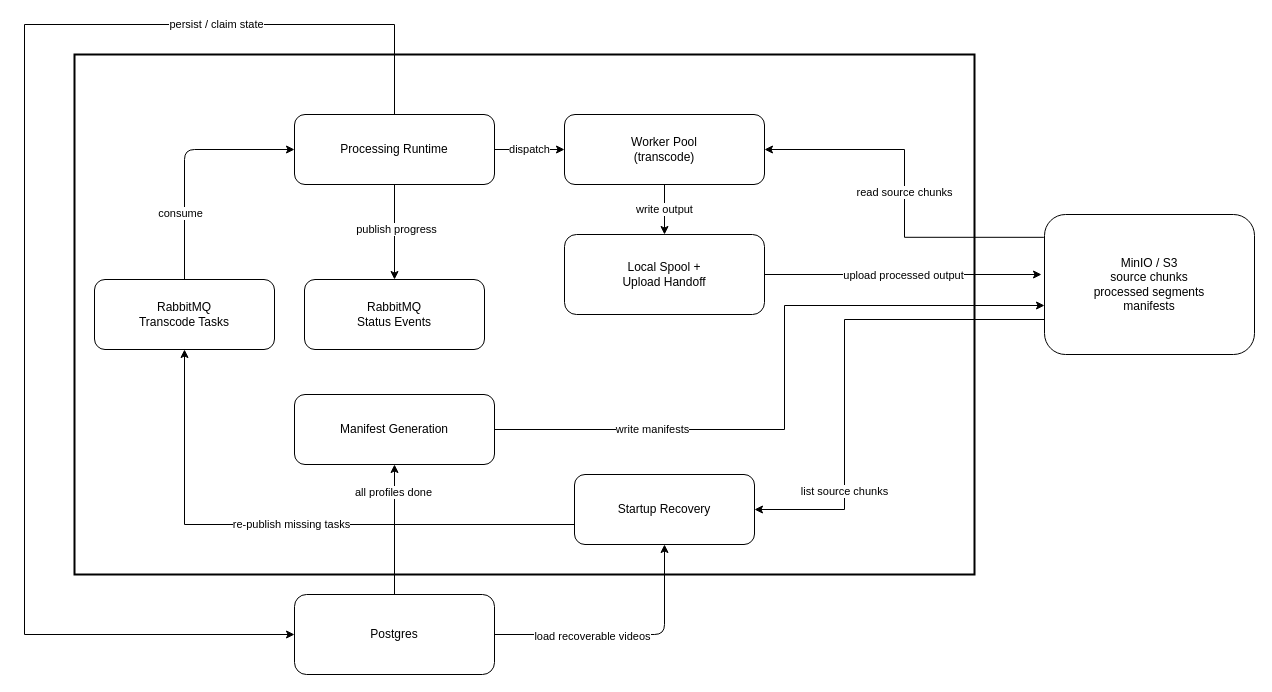
Above: docs/processing-service.drawio in S26-Distributed-Capstone/Video-Streaming (draw.io), before the change. Source tidied: cells renumbered, new cells numbered last; positions are measured from the earlier drawing's top-left corner, leaving out a move shared by most shapes. Both pictures are drawn from the tidied source at 100%, with x=0, y=0 at pixel (24, 24).
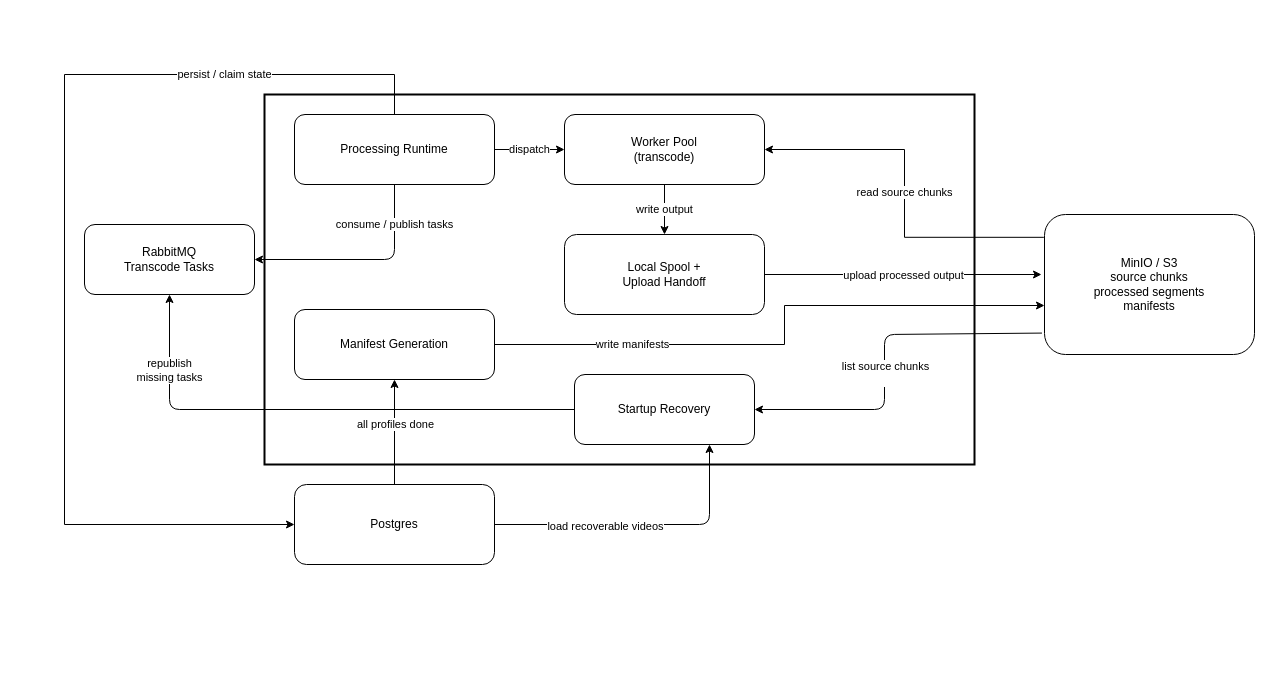
The same diagram, later.

Commit message:
edited processing-service diagram

The change refers to these unchanged cells:
```xml
<mxCell id="8" value="Processing Runtime" style="rounded=1;whiteSpace=wrap;html=1;" parent="1" vertex="1">
  <mxGeometry x="270" y="90" width="200" height="70" as="geometry" />
</mxCell>
<mxCell id="14" value="MinIO / S3&#10;source chunks&#10;processed segments&#10;manifests" style="rounded=1;whiteSpace=wrap;html=1;" parent="1" vertex="1">
  <mxGeometry x="1020" y="190" width="210" height="140" as="geometry" />
</mxCell>
<mxCell id="25" style="edgeStyle=none;html=1;entryX=0.5;entryY=1;entryDx=0;entryDy=0;" parent="1" edge="1" source="27" target="11">
  <mxGeometry relative="1" as="geometry" />
</mxCell>
```

The edit, as a diff of the source:
```diff
@@
     <mxCell id="2" style="rounded=0;whiteSpace=wrap;html=1;strokeWidth=2;" parent="1" vertex="1">
-      <mxGeometry x="50" y="30" width="900" height="520" as="geometry" />
+      <mxGeometry x="240" y="70" width="710" height="370" as="geometry" />
     </mxCell>
-    <mxCell id="3" style="edgeStyle=none;html=1;exitX=0.5;exitY=0;exitDx=0;exitDy=0;entryX=0;entryY=0.5;entryDx=0;entryDy=0;" parent="1" edge="1" source="5" target="8">
-      <mxGeometry relative="1" as="geometry">
-        <Array as="points">
-          <mxPoint x="160" y="125" />
-        </Array>
-      </mxGeometry>
-    </mxCell>
-    <mxCell id="4" value="consume" style="edgeLabel;html=1;align=center;verticalAlign=middle;" parent="3" vertex="1">
-      <mxGeometry x="-0.44" y="5" relative="1" as="geometry" />
-    </mxCell>
     <mxCell id="5" value="RabbitMQ&#10;Transcode Tasks" style="rounded=1;whiteSpace=wrap;html=1;" parent="1" vertex="1">
-      <mxGeometry x="70" y="255" width="180" height="70" as="geometry" />
+      <mxGeometry x="60" y="200" width="170" height="70" as="geometry" />
     </mxCell>
-    <mxCell id="6" style="edgeStyle=none;html=1;entryX=0.5;entryY=0;entryDx=0;entryDy=0;" parent="1" edge="1" source="8" target="13">
-      <mxGeometry relative="1" as="geometry" />
-    </mxCell>
-    <mxCell id="7" value="publish progress" style="edgeLabel;html=1;align=center;verticalAlign=middle;" parent="6" vertex="1">
-      <mxGeometry x="-0.08" y="1" relative="1" as="geometry" />
-    </mxCell>
+    <mxCell id="28" value="consume / publish tasks" style="edgeStyle=none;html=1;entryX=1;entryY=0.5;entryDx=0;entryDy=0;" parent="1" edge="1" source="8" target="5">
+      <mxGeometry x="-0.63" relative="1" as="geometry">
+        <Array as="points">
+          <mxPoint x="370" y="235" />
+        </Array>
+      </mxGeometry>
+    </mxCell>
@@
     <mxCell id="11" value="Manifest Generation" style="rounded=1;whiteSpace=wrap;html=1;" parent="1" vertex="1">
-      <mxGeometry x="270" y="370" width="200" height="70" as="geometry" />
+      <mxGeometry x="270" y="285" width="200" height="70" as="geometry" />
     </mxCell>
+    <mxCell id="22" style="edgeStyle=none;html=1;entryX=0.5;entryY=1;entryDx=0;entryDy=0;" parent="1" edge="1" source="12" target="5">
+      <mxGeometry relative="1" as="geometry">
+        <Array as="points">
+          <mxPoint x="145" y="385" />
+        </Array>
+      </mxGeometry>
+    </mxCell>
+    <mxCell id="29" value="republish&lt;div&gt;missing tasks&lt;/div&gt;" style="edgeLabel;html=1;align=center;verticalAlign=middle;" parent="22" vertex="1">
+      <mxGeometry x="0.71" y="1" relative="1" as="geometry" />
+    </mxCell>
     <mxCell id="12" value="Startup Recovery" style="rounded=1;whiteSpace=wrap;html=1;" parent="1" vertex="1">
-      <mxGeometry x="550" y="450" width="180" height="70" as="geometry" />
+      <mxGeometry x="550" y="350" width="180" height="70" as="geometry" />
     </mxCell>
-    <mxCell id="13" value="RabbitMQ&#10;Status Events" style="rounded=1;whiteSpace=wrap;html=1;" parent="1" vertex="1">
-      <mxGeometry x="280" y="255" width="180" height="70" as="geometry" />
-    </mxCell>
+    <mxCell id="30" style="edgeStyle=none;html=1;entryX=1;entryY=0.5;entryDx=0;entryDy=0;exitX=-0.012;exitY=0.847;exitDx=0;exitDy=0;exitPerimeter=0;" parent="1" edge="1" source="14" target="12">
+      <mxGeometry relative="1" as="geometry">
+        <Array as="points">
+          <mxPoint x="860" y="310" />
+          <mxPoint x="860" y="385" />
+        </Array>
+      </mxGeometry>
+    </mxCell>
+    <mxCell id="21" value="list source chunks&lt;div&gt;&lt;br&gt;&lt;/div&gt;" style="edgeLabel;html=1;align=center;verticalAlign=middle;" parent="30" vertex="1">
+      <mxGeometry x="0.08" relative="1" as="geometry" />
+    </mxCell>
@@
     <mxCell id="18" value="persist / claim state" style="edgeStyle=orthogonalEdgeStyle;rounded=0;jettySize=auto;html=1;entryX=0;entryY=0.5;entryDx=0;entryDy=0;" parent="1" edge="1" source="8" target="27">
       <mxGeometry x="-0.6" relative="1" as="geometry">
         <Array as="points">
-          <mxPoint x="370" />
-          <mxPoint />
-          <mxPoint y="610" />
+          <mxPoint x="370" y="50" />
+          <mxPoint x="40" y="50" />
+          <mxPoint x="40" y="500" />
         </Array>
       </mxGeometry>
     </mxCell>
@@
     <mxCell id="20" value="write manifests" style="edgeStyle=orthogonalEdgeStyle;rounded=0;jettySize=auto;html=1;exitX=1;exitY=0.5;entryX=0;entryY=0.65;" parent="1" edge="1" source="11" target="14">
       <mxGeometry x="-0.53" relative="1" as="geometry">
         <Array as="points">
-          <mxPoint x="760" y="405" />
+          <mxPoint x="760" y="320" />
           <mxPoint x="760" y="281" />
         </Array>
       </mxGeometry>
     </mxCell>
-    <mxCell id="21" value="list source chunks" style="edgeStyle=orthogonalEdgeStyle;rounded=0;jettySize=auto;html=1;exitX=0;exitY=0.75;entryX=1;entryY=0.5;exitDx=0;exitDy=0;entryDx=0;entryDy=0;" parent="1" edge="1" source="14" target="12">
-      <mxGeometry x="0.55" relative="1" as="geometry">
-        <Array as="points">
-          <mxPoint x="820" y="295" />
-          <mxPoint x="820" y="485" />
-        </Array>
-      </mxGeometry>
-    </mxCell>
-    <mxCell id="22" value="re-publish missing tasks" style="edgeStyle=orthogonalEdgeStyle;rounded=0;jettySize=auto;html=1;entryX=0.5;entryY=1;entryDx=0;entryDy=0;" parent="1" edge="1" source="12" target="5">
-      <mxGeometry relative="1" as="geometry">
-        <Array as="points">
-          <mxPoint x="160" y="500" />
-        </Array>
-      </mxGeometry>
-    </mxCell>
-    <mxCell id="23" style="edgeStyle=none;html=1;entryX=0.5;entryY=1;entryDx=0;entryDy=0;" parent="1" edge="1" source="27" target="12">
+    <mxCell id="23" style="edgeStyle=none;html=1;entryX=0.75;entryY=1;entryDx=0;entryDy=0;" parent="1" edge="1" source="27" target="12">
       <mxGeometry relative="1" as="geometry">
         <Array as="points">
-          <mxPoint x="640" y="610" />
+          <mxPoint x="685" y="500" />
         </Array>
       </mxGeometry>
     </mxCell>
@@
     <mxCell id="26" value="all profiles done" style="edgeLabel;html=1;align=center;verticalAlign=middle;" parent="25" vertex="1">
       <mxGeometry x="-0.19" y="2" relative="1" as="geometry">
-        <mxPoint y="-50" as="offset" />
+        <mxPoint x="2" y="-18" as="offset" />
       </mxGeometry>
     </mxCell>
     <mxCell id="27" value="Postgres" style="rounded=1;whiteSpace=wrap;html=1;" parent="1" vertex="1">
-      <mxGeometry x="270" y="570" width="200" height="80" as="geometry" />
+      <mxGeometry x="270" y="460" width="200" height="80" as="geometry" />
     </mxCell>
```
